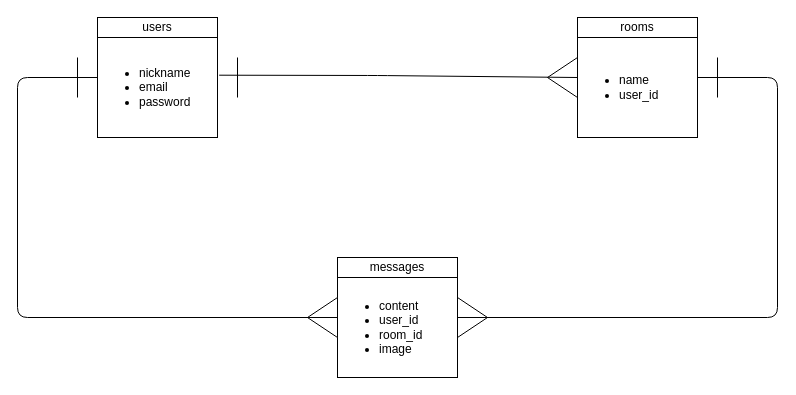
Above: idea-chat.dio in t-sasagawa/idea-chat (draw.io), before the change. Source tidied: cells renumbered, new cells numbered last; positions are measured from the earlier drawing's top-left corner, leaving out a move shared by most shapes. Both pictures are drawn from the tidied source at 100%, with x=0, y=0 at pixel (17, 17).
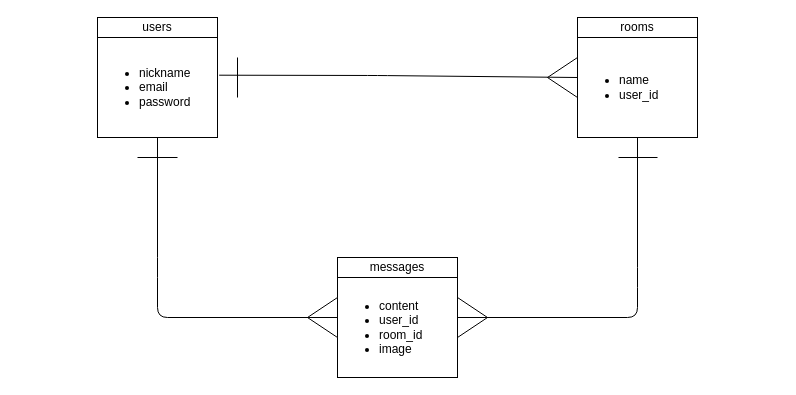
After the change.

The change refers to these unchanged cells:
```xml
<mxCell id="3" style="triangle;whiteSpace=wrap;html=1;rotation=0;" parent="1" vertex="1">
  <mxGeometry x="440" y="280" width="30" height="40" as="geometry" />
</mxCell>
<mxCell id="5" value="&lt;ul&gt;&lt;li&gt;nickname&lt;/li&gt;&lt;li&gt;email&lt;/li&gt;&lt;li&gt;password&lt;/li&gt;&lt;/ul&gt;" style="rounded=0;whiteSpace=wrap;html=1;align=left;" parent="1" vertex="1">
  <mxGeometry x="80" y="20" width="120" height="100" as="geometry" />
</mxCell>
<mxCell id="6" value="&lt;ul&gt;&lt;li&gt;name&lt;/li&gt;&lt;li&gt;user_id&lt;/li&gt;&lt;/ul&gt;" style="rounded=0;whiteSpace=wrap;html=1;align=left;" parent="1" vertex="1">
  <mxGeometry x="560" y="20" width="120" height="100" as="geometry" />
</mxCell>
<mxCell id="10" style="triangle;whiteSpace=wrap;html=1;rotation=-180;" parent="1" vertex="1">
  <mxGeometry x="290" y="280" width="30" height="40" as="geometry" />
</mxCell>
```

Change to the diagram source:
```diff
@@
-    <mxCell id="11" style="endArrow=none;html=1;entryX=0;entryY=0.5;entryDx=0;entryDy=0;exitX=0;exitY=0.5;exitDx=0;exitDy=0;" parent="1" edge="1" target="10">
+    <mxCell id="11" style="endArrow=none;html=1;entryX=0;entryY=0.5;entryDx=0;entryDy=0;exitX=0.5;exitY=1;exitDx=0;exitDy=0;" parent="1" edge="1" source="5" target="10">
       <mxGeometry relative="1" as="geometry">
-        <mxPoint x="80" y="60" as="sourcePoint" />
         <Array as="points">
-          <mxPoint y="60" />
-          <mxPoint y="300" />
+          <mxPoint x="140" y="250" />
+          <mxPoint x="140" y="300" />
         </Array>
       </mxGeometry>
     </mxCell>
@@
-    <mxCell id="13" style="endArrow=none;html=1;entryX=0;entryY=0.5;entryDx=0;entryDy=0;exitX=0;exitY=0.5;exitDx=0;exitDy=0;" parent="1" edge="1" source="3">
+    <mxCell id="13" style="endArrow=none;html=1;entryX=0.5;entryY=1;entryDx=0;entryDy=0;exitX=0;exitY=0.5;exitDx=0;exitDy=0;" parent="1" edge="1" source="3" target="6">
       <mxGeometry relative="1" as="geometry">
-        <mxPoint x="680" y="60" as="targetPoint" />
         <Array as="points">
-          <mxPoint x="760" y="300" />
-          <mxPoint x="760" y="60" />
+          <mxPoint x="620" y="300" />
+          <mxPoint x="620" y="260" />
         </Array>
       </mxGeometry>
     </mxCell>
     <mxCell id="14" style="endArrow=none;html=1;" parent="1" edge="1">
       <mxGeometry relative="1" as="geometry">
-        <mxPoint x="700" y="40" as="sourcePoint" />
-        <mxPoint x="700" y="80" as="targetPoint" />
+        <mxPoint x="640" y="140" as="sourcePoint" />
+        <mxPoint x="601" y="140" as="targetPoint" />
       </mxGeometry>
     </mxCell>
     <mxCell id="15" style="endArrow=none;html=1;" parent="1" edge="1">
       <mxGeometry relative="1" as="geometry">
-        <mxPoint x="60" y="40" as="sourcePoint" />
-        <mxPoint x="60" y="80" as="targetPoint" />
+        <mxPoint x="120" y="140" as="sourcePoint" />
+        <mxPoint x="160" y="140" as="targetPoint" />
       </mxGeometry>
     </mxCell>
```
